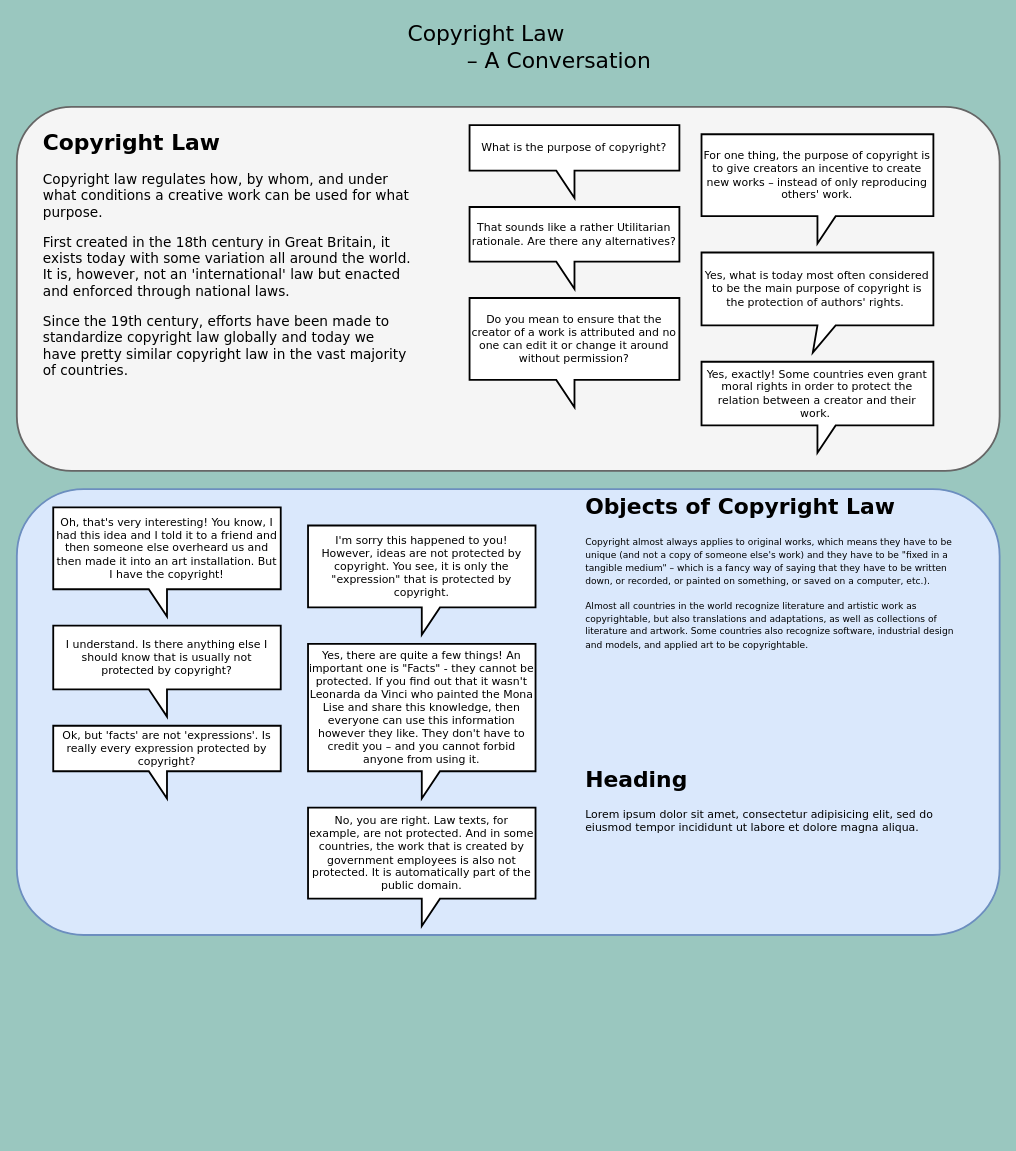
arockenberger/cc-c_coursework keeps this draw.io diagram as copyright_conceptmap.drawio. Above is the earlier version. Source tidied: cells renumbered, new cells numbered last; positions are measured from the earlier drawing's top-left corner, leaving out a move shared by most shapes. Both pictures are drawn from the tidied source at 91%, with x=0, y=0 at pixel (16, 15).
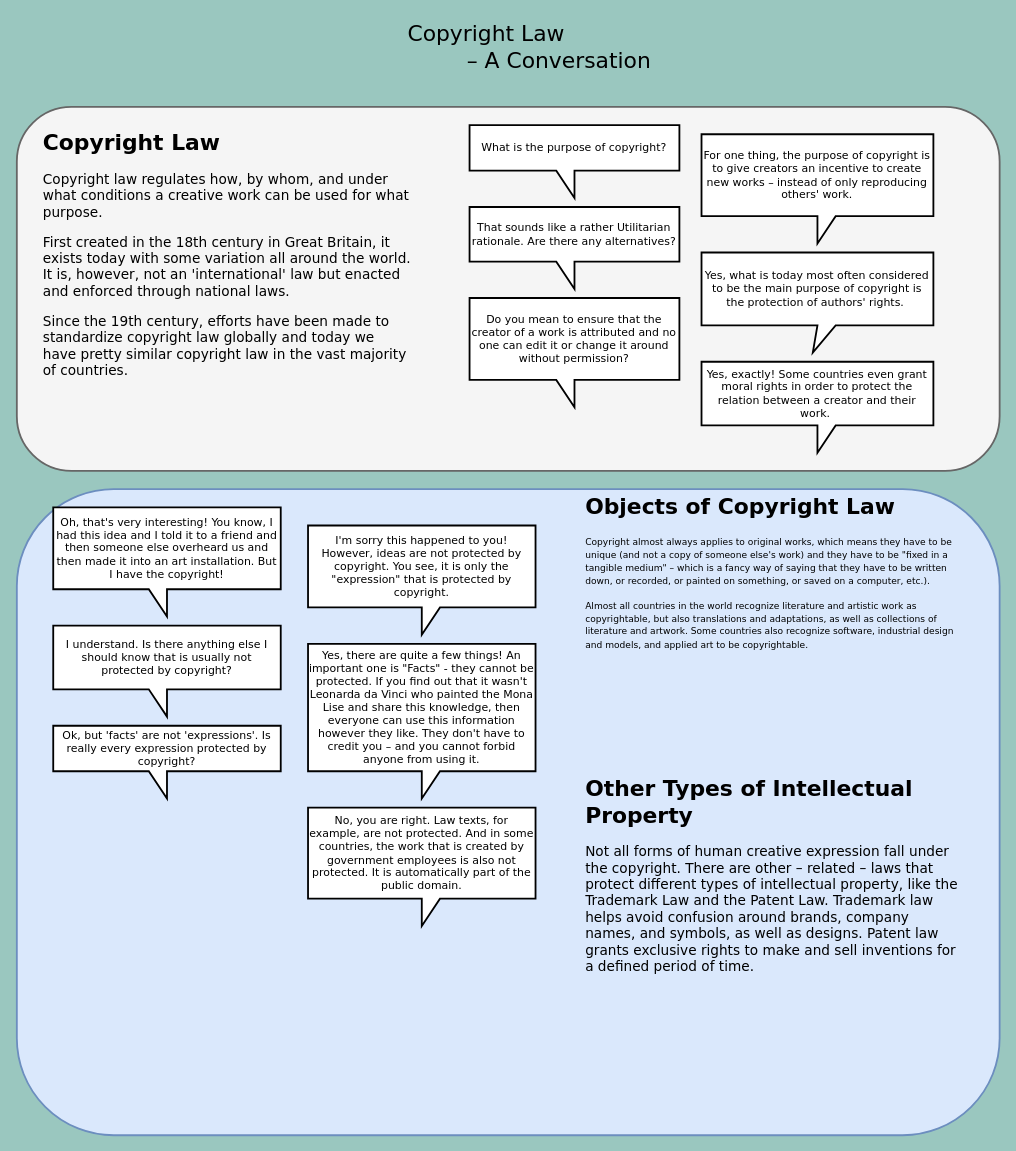
Above is the later version.

Commit message:
Added other intellectual property rights

Diff of the diagram source:
```diff
@@
     <mxCell id="4" style="rounded=1;whiteSpace=wrap;html=1;strokeWidth=2;fontFamily=Verdana;fontSize=12;fillColor=#dae8fc;strokeColor=#6c8ebf;" parent="1" vertex="1">
-      <mxGeometry y="520" width="1080" height="490" as="geometry" />
+      <mxGeometry y="520" width="1080" height="710" as="geometry" />
     </mxCell>
@@
-    <mxCell id="21" value="&lt;h1&gt;Heading&lt;/h1&gt;&lt;p&gt;Lorem ipsum dolor sit amet, consectetur adipisicing elit, sed do eiusmod tempor incididunt ut labore et dolore magna aliqua.&lt;/p&gt;" style="text;html=1;strokeColor=none;fillColor=none;spacing=5;spacingTop=-20;whiteSpace=wrap;overflow=hidden;rounded=0;fontFamily=Verdana;fontSize=12;" parent="1" vertex="1">
-      <mxGeometry x="620" y="820" width="420" height="160" as="geometry" />
+    <mxCell id="21" value="&lt;h1&gt;Other Types of Intellectual Property&lt;/h1&gt;&lt;p&gt;&lt;font style=&quot;font-size: 15px&quot;&gt;Not all forms of human creative expression fall under the copyright. There are other – related – laws that protect different types of intellectual property, like the Trademark Law and the Patent Law. Trademark law helps avoid confusion around brands, company names, and symbols, as well as designs. Patent law grants exclusive rights to make and sell inventions for a defined period of time.&amp;nbsp;&amp;nbsp;&lt;/font&gt;&lt;/p&gt;" style="text;html=1;strokeColor=none;fillColor=none;spacing=5;spacingTop=-20;whiteSpace=wrap;overflow=hidden;rounded=0;fontFamily=Verdana;fontSize=12;" parent="1" vertex="1">
+      <mxGeometry x="620" y="830" width="420" height="230" as="geometry" />
     </mxCell>
```
